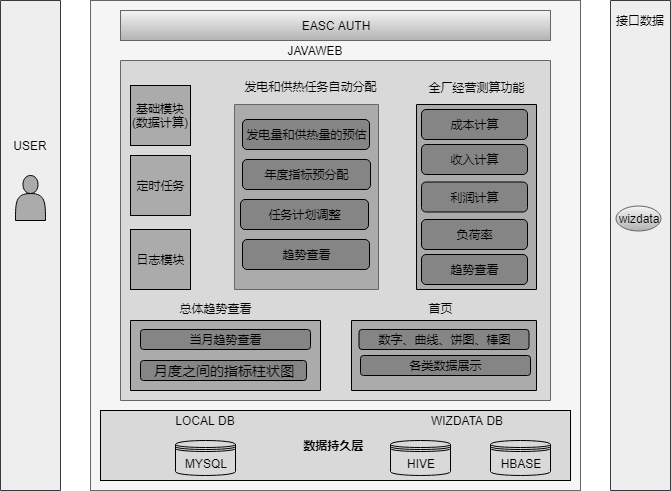
The draw.io diagram 智慧营销.png in hackerpangdaxing/architecture-diagram-, before a commit. Source tidied: cells renumbered, new cells last; positions are measured from the earlier drawing's top-left corner, leaving out a move shared by most shapes.
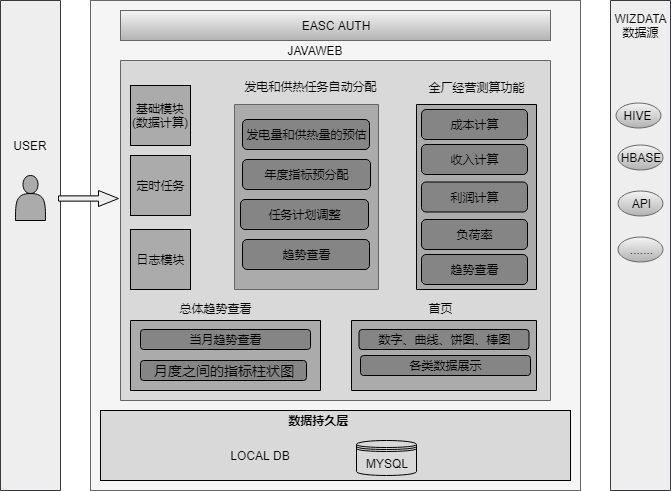
Later version of the same file.

The edit, as a diff of the source:
```diff
@@ -5,32 +5,23 @@
     <mxCell id="2" style="whiteSpace=wrap;html=1;fillColor=#f5f5f5;strokeColor=#666666;fontColor=#333333;" parent="1" vertex="1">
       <mxGeometry x="90" width="490" height="490" as="geometry" />
     </mxCell>
-    <mxCell id="3" value="&lt;div style=&quot;text-align: center&quot;&gt;&lt;b&gt;数据持久层&amp;nbsp;&lt;/b&gt;&lt;/div&gt;" style="rounded=0;whiteSpace=wrap;html=1;fillColor=#D9D9D9;" parent="1" vertex="1">
+    <mxCell id="3" value="&lt;div style=&quot;text-align: center&quot;&gt;&lt;br&gt;&lt;/div&gt;" style="rounded=0;whiteSpace=wrap;html=1;fillColor=#D9D9D9;" parent="1" vertex="1">
       <mxGeometry x="100" y="410" width="470" height="70" as="geometry" />
     </mxCell>
     <mxCell id="4" value="MYSQL" style="shape=datastore;whiteSpace=wrap;html=1;fillColor=#D9D9D9;" parent="1" vertex="1">
-      <mxGeometry x="175" y="440" width="60" height="35" as="geometry" />
+      <mxGeometry x="356" y="440" width="60" height="35" as="geometry" />
     </mxCell>
     <mxCell id="5" style="verticalLabelPosition=bottom;verticalAlign=top;html=1;shape=mxgraph.basic.rect;fillColor=#eeeeee;fillColor2=none;strokeColor=#36393d;strokeWidth=1;size=20;indent=5;direction=south;" parent="1" vertex="1">
       <mxGeometry x="610" width="60" height="490" as="geometry" />
     </mxCell>
-    <mxCell id="6" value="HBASE" style="shape=datastore;whiteSpace=wrap;html=1;fillColor=#D9D9D9;" parent="1" vertex="1">
-      <mxGeometry x="490" y="440" width="60" height="35" as="geometry" />
-    </mxCell>
-    <mxCell id="7" value="HIVE" style="shape=datastore;whiteSpace=wrap;html=1;fillColor=#D9D9D9;" parent="1" vertex="1">
-      <mxGeometry x="390" y="440" width="60" height="35" as="geometry" />
-    </mxCell>
     <mxCell id="8" value="LOCAL DB" style="text;html=1;strokeColor=none;fillColor=none;align=center;verticalAlign=middle;whiteSpace=wrap;rounded=0;" parent="1" vertex="1">
-      <mxGeometry x="170" y="410" width="70" height="20" as="geometry" />
+      <mxGeometry x="225" y="445" width="70" height="20" as="geometry" />
     </mxCell>
-    <mxCell id="9" value="WIZDATA DB" style="text;html=1;strokeColor=none;fillColor=none;align=center;verticalAlign=middle;whiteSpace=wrap;rounded=0;" parent="1" vertex="1">
-      <mxGeometry x="420" y="410" width="92" height="20" as="geometry" />
-    </mxCell>
-    <mxCell id="10" value="接口数据" style="text;html=1;strokeColor=none;fillColor=none;align=center;verticalAlign=middle;whiteSpace=wrap;rounded=0;" parent="1" vertex="1">
-      <mxGeometry x="615" y="10" width="50" height="20" as="geometry" />
+    <mxCell id="10" value="WIZDATA数据源" style="text;html=1;strokeColor=none;fillColor=none;align=center;verticalAlign=middle;whiteSpace=wrap;rounded=0;" parent="1" vertex="1">
+      <mxGeometry x="617.5" y="15" width="45" height="20" as="geometry" />
     </mxCell>
-    <mxCell id="11" value="wizdata" style="ellipse;whiteSpace=wrap;html=1;gradientColor=#b3b3b3;fillColor=#f5f5f5;strokeColor=#666666;" parent="1" vertex="1">
-      <mxGeometry x="615" y="205" width="45" height="25" as="geometry" />
+    <mxCell id="11" value="HBASE" style="ellipse;whiteSpace=wrap;html=1;gradientColor=#b3b3b3;fillColor=#f5f5f5;strokeColor=#666666;" parent="1" vertex="1">
+      <mxGeometry x="617.5" y="144" width="45" height="25" as="geometry" />
     </mxCell>
     <mxCell id="12" style="verticalLabelPosition=bottom;verticalAlign=top;html=1;shape=mxgraph.basic.rect;fillColor=#D9D9D9;fillColor2=none;strokeColor=#666666;strokeWidth=1;size=20;indent=5;gradientColor=none;" parent="1" vertex="1">
       <mxGeometry x="120" y="60" width="430" height="340" as="geometry" />
@@ -122,5 +113,20 @@
     <mxCell id="41" value="&lt;h4&gt;&lt;span style=&quot;font-weight: normal&quot;&gt;趋势查看&lt;/span&gt;&lt;/h4&gt;" style="rounded=1;whiteSpace=wrap;html=1;fillColor=#858585;gradientColor=none;" parent="1" vertex="1">
       <mxGeometry x="242" y="239" width="127" height="30" as="geometry" />
     </mxCell>
+    <mxCell id="42" style="html=1;shadow=0;dashed=0;align=center;verticalAlign=middle;shape=mxgraph.arrows2.arrow;dy=0.67;dx=20;notch=0;fillColor=#EDEDED;gradientColor=none;" parent="1" vertex="1">
+      <mxGeometry x="58" y="190" width="60" height="16" as="geometry" />
+    </mxCell>
+    <mxCell id="43" value="......." style="ellipse;whiteSpace=wrap;html=1;gradientColor=#b3b3b3;fillColor=#f5f5f5;strokeColor=#666666;" parent="1" vertex="1">
+      <mxGeometry x="617.5" y="236" width="45" height="25" as="geometry" />
+    </mxCell>
+    <mxCell id="7" value="HIVE" style="ellipse;whiteSpace=wrap;html=1;gradientColor=#b3b3b3;fillColor=#f5f5f5;strokeColor=#666666;" parent="1" vertex="1">
+      <mxGeometry x="615" y="102.5" width="45" height="25" as="geometry" />
+    </mxCell>
+    <mxCell id="44" value="API" style="ellipse;whiteSpace=wrap;html=1;gradientColor=#b3b3b3;fillColor=#f5f5f5;strokeColor=#666666;" parent="1" vertex="1">
+      <mxGeometry x="617.5" y="190" width="45" height="25" as="geometry" />
+    </mxCell>
+    <mxCell id="45" value="&lt;b&gt;数据持久层&amp;nbsp;&lt;/b&gt;" style="text;html=1;strokeColor=none;fillColor=none;align=center;verticalAlign=middle;whiteSpace=wrap;rounded=0;" parent="1" vertex="1">
+      <mxGeometry x="280" y="410" width="80" height="20" as="geometry" />
+    </mxCell>
   </root>
 </mxGraphModel>
```
